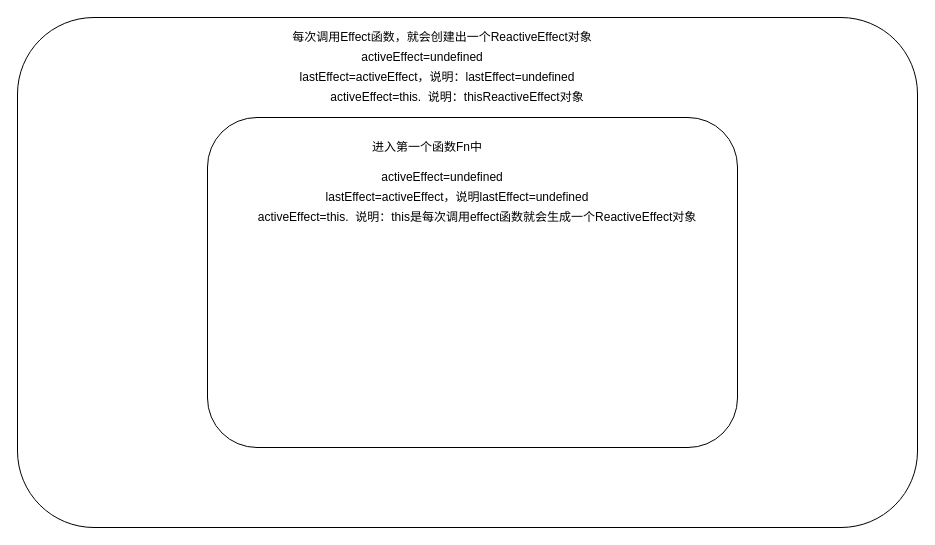
Above: 未命名绘图.drawio in haopeng-liuyang/huitu (draw.io), before the change. Source tidied: cells renumbered, new cells numbered last; positions are measured from the earlier drawing's top-left corner, leaving out a move shared by most shapes. Both pictures are drawn from the tidied source at 100%, with x=0, y=0 at pixel (17, 17).
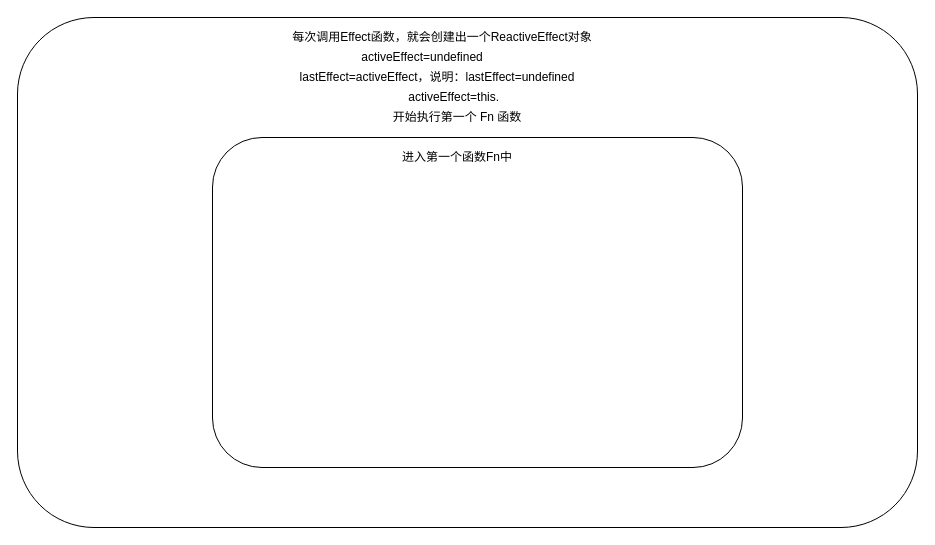
After the change.

Commit message (it also covers changes not shown here):
更新未命名绘图.drawio

What changed in the source:
```diff
@@
 <mxGraphModel>
   <root>
     <mxCell id="0" />
     <mxCell id="1" parent="0" />
     <mxCell id="2" style="rounded=1;whiteSpace=wrap;html=1;" parent="1" vertex="1">
       <mxGeometry width="900" height="510" as="geometry" />
     </mxCell>
     <mxCell id="3" value="activeEffect=undefined" style="text;html=1;strokeColor=none;fillColor=none;align=center;verticalAlign=middle;whiteSpace=wrap;overflow=hidden;" parent="1" vertex="1">
       <mxGeometry x="330" y="30" width="150" height="20" as="geometry" />
     </mxCell>
     <mxCell id="4" style="rounded=1;whiteSpace=wrap;html=1;" parent="1" vertex="1">
-      <mxGeometry x="190" y="100" width="530" height="330" as="geometry" />
+      <mxGeometry x="195" y="120" width="530" height="330" as="geometry" />
     </mxCell>
     <mxCell id="5" value="lastEffect=activeEffect，说明：lastEffect=undefined" style="text;html=1;strokeColor=none;fillColor=none;align=center;verticalAlign=middle;whiteSpace=wrap;overflow=hidden;" parent="1" vertex="1">
       <mxGeometry x="170" y="50" width="500" height="20" as="geometry" />
     </mxCell>
-    <mxCell id="6" value="activeEffect=this.&amp;nbsp; 说明：thisReactiveEffect对象" style="text;html=1;strokeColor=none;fillColor=none;align=center;verticalAlign=middle;whiteSpace=wrap;overflow=hidden;" parent="1" vertex="1">
+    <mxCell id="6" value="activeEffect=this.&amp;nbsp;&amp;nbsp;" style="text;html=1;strokeColor=none;fillColor=none;align=center;verticalAlign=middle;whiteSpace=wrap;overflow=hidden;" parent="1" vertex="1">
       <mxGeometry x="190" y="70" width="500" height="20" as="geometry" />
     </mxCell>
     <mxCell id="7" value="进入第一个函数Fn中" style="text;html=1;strokeColor=none;fillColor=none;align=center;verticalAlign=middle;whiteSpace=wrap;overflow=hidden;" parent="1" vertex="1">
-      <mxGeometry x="160" y="120" width="500" height="20" as="geometry" />
+      <mxGeometry x="190" y="130" width="500" height="20" as="geometry" />
     </mxCell>
-    <mxCell id="8" value="activeEffect=undefined" style="text;html=1;strokeColor=none;fillColor=none;align=center;verticalAlign=middle;whiteSpace=wrap;overflow=hidden;" parent="1" vertex="1">
-      <mxGeometry x="350" y="150" width="150" height="20" as="geometry" />
-    </mxCell>
-    <mxCell id="9" value="lastEffect=activeEffect，说明lastEffect=undefined" style="text;html=1;strokeColor=none;fillColor=none;align=center;verticalAlign=middle;whiteSpace=wrap;overflow=hidden;" parent="1" vertex="1">
-      <mxGeometry x="190" y="170" width="500" height="20" as="geometry" />
-    </mxCell>
-    <mxCell id="10" value="activeEffect=this.&amp;nbsp; 说明：this是每次调用effect函数就会生成一个ReactiveEffect对象" style="text;html=1;strokeColor=none;fillColor=none;align=center;verticalAlign=middle;whiteSpace=wrap;overflow=hidden;" parent="1" vertex="1">
-      <mxGeometry x="210" y="190" width="500" height="20" as="geometry" />
-    </mxCell>
     <mxCell id="11" value="每次调用Effect函数，就会创建出一个ReactiveEffect对象" style="text;html=1;strokeColor=none;fillColor=none;align=center;verticalAlign=middle;whiteSpace=wrap;overflow=hidden;" parent="1" vertex="1">
       <mxGeometry x="190" y="10" width="470" height="20" as="geometry" />
     </mxCell>
+    <mxCell id="12" value="开始执行第一个 Fn 函数" style="text;html=1;strokeColor=none;fillColor=none;align=center;verticalAlign=middle;whiteSpace=wrap;overflow=hidden;" parent="1" vertex="1">
+      <mxGeometry x="190" y="90" width="500" height="20" as="geometry" />
+    </mxCell>
   </root>
 </mxGraphModel>
```
